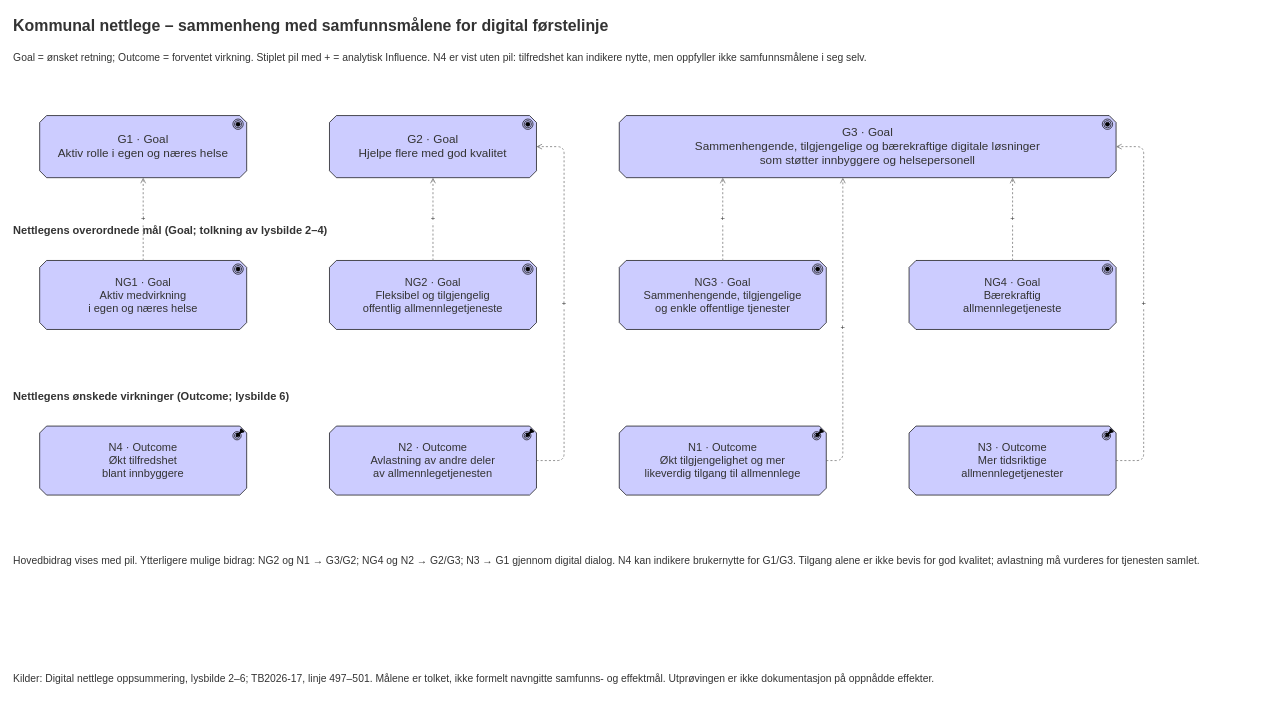
This is page "Kommunal-nettlege" (2 of 6) of docs/interessent/malbilde-analyse.drawio from hdir/Digital-Forstelinje, a draw.io file, before an edit. Source tidied: cells renumbered, new cells numbered last; positions are measured from the earlier drawing's top-left corner, leaving out a move shared by most shapes. Both pictures are drawn from the tidied source at 69%, with x=0, y=0 at pixel (12, 12).
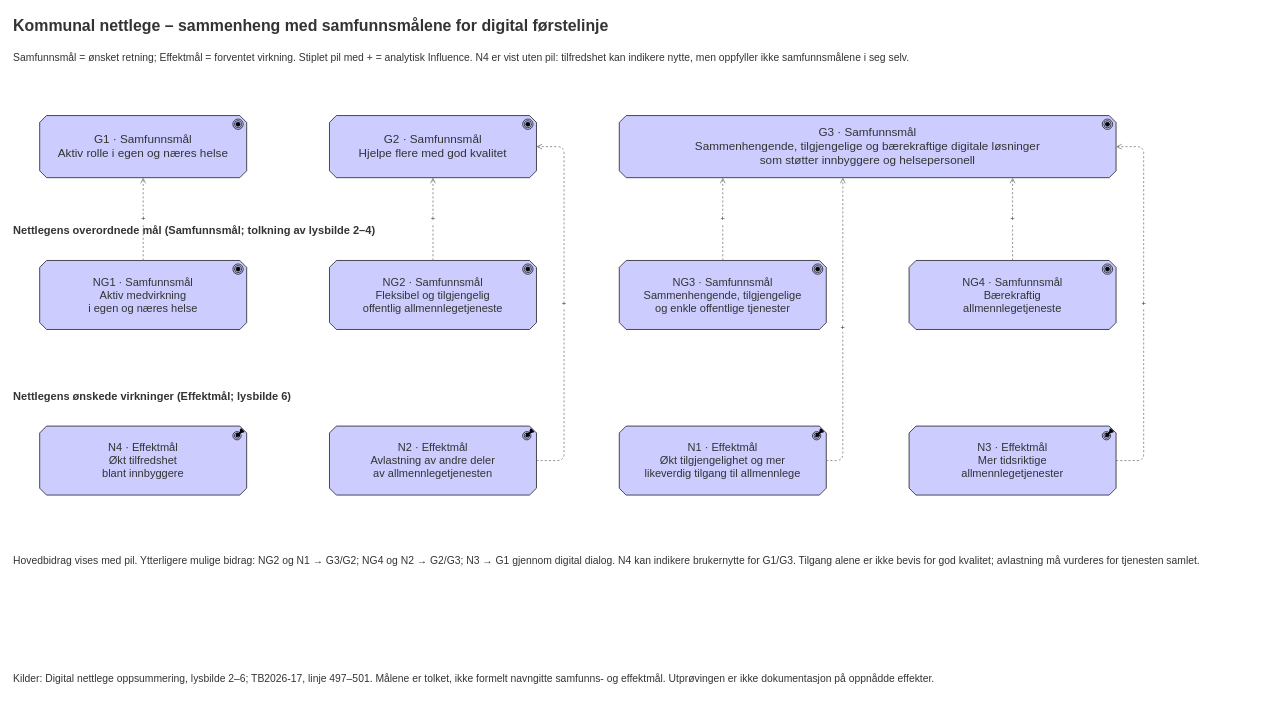
The same page after the edit.

Diff of the diagram source:
```diff
@@
-    <mxCell id="3" value="Goal = ønsket retning; Outcome = forventet virkning. Stiplet pil med + = analytisk Influence. N4 er vist uten pil: tilfredshet kan indikere nytte, men oppfyller ikke samfunnsmålene i seg selv." style="text;html=1;whiteSpace=wrap;align=left;fontSize=15;fontColor=#333333;" parent="1" vertex="1">
+    <mxCell id="3" value="Samfunnsmål = ønsket retning; Effektmål = forventet virkning. Stiplet pil med + = analytisk Influence. N4 er vist uten pil: tilfredshet kan indikere nytte, men oppfyller ikke samfunnsmålene i seg selv." style="text;html=1;whiteSpace=wrap;align=left;fontSize=15;fontColor=#333333;" parent="1" vertex="1">
       <mxGeometry y="50" width="1800" height="70" as="geometry" />
     </mxCell>
-    <mxCell id="4" value="G1 · Goal&lt;br&gt;Aktiv rolle i egen og næres helse" style="html=1;whiteSpace=wrap;shape=mxgraph.archimate3.application;appType=goal;archiType=oct;fillColor=#CCCCFF;fontColor=#333333;fontSize=17;" parent="1" vertex="1">
+    <mxCell id="4" value="G1 · Samfunnsmål&lt;br&gt;Aktiv rolle i egen og næres helse" style="html=1;whiteSpace=wrap;shape=mxgraph.archimate3.application;appType=goal;archiType=oct;fillColor=#CCCCFF;fontColor=#333333;fontSize=17;" parent="1" vertex="1">
       <mxGeometry x="40" y="150" width="300" height="90" as="geometry" />
     </mxCell>
-    <mxCell id="5" value="G2 · Goal&lt;br&gt;Hjelpe flere med god kvalitet" style="html=1;whiteSpace=wrap;shape=mxgraph.archimate3.application;appType=goal;archiType=oct;fillColor=#CCCCFF;fontColor=#333333;fontSize=17;" parent="1" vertex="1">
+    <mxCell id="5" value="G2 · Samfunnsmål&lt;br&gt;Hjelpe flere med god kvalitet" style="html=1;whiteSpace=wrap;shape=mxgraph.archimate3.application;appType=goal;archiType=oct;fillColor=#CCCCFF;fontColor=#333333;fontSize=17;" parent="1" vertex="1">
       <mxGeometry x="460" y="150" width="300" height="90" as="geometry" />
     </mxCell>
-    <mxCell id="6" value="G3 · Goal&lt;br&gt;Sammenhengende, tilgjengelige og bærekraftige digitale løsninger&lt;br&gt;som støtter innbyggere og helsepersonell" style="html=1;whiteSpace=wrap;shape=mxgraph.archimate3.application;appType=goal;archiType=oct;fillColor=#CCCCFF;fontColor=#333333;fontSize=17;" parent="1" vertex="1">
+    <mxCell id="6" value="G3 · Samfunnsmål&lt;br&gt;Sammenhengende, tilgjengelige og bærekraftige digitale løsninger&lt;br&gt;som støtter innbyggere og helsepersonell" style="html=1;whiteSpace=wrap;shape=mxgraph.archimate3.application;appType=goal;archiType=oct;fillColor=#CCCCFF;fontColor=#333333;fontSize=17;" parent="1" vertex="1">
       <mxGeometry x="880" y="150" width="720" height="90" as="geometry" />
     </mxCell>
-    <mxCell id="7" value="Nettlegens overordnede mål (Goal; tolkning av lysbilde 2–4)" style="text;html=1;align=left;fontSize=16;fontStyle=1;fontColor=#333333;" parent="1" vertex="1">
+    <mxCell id="7" value="Nettlegens overordnede mål (Samfunnsmål; tolkning av lysbilde 2–4)" style="text;html=1;align=left;fontSize=16;fontStyle=1;fontColor=#333333;" parent="1" vertex="1">
       <mxGeometry y="300" width="1700" height="35" as="geometry" />
     </mxCell>
-    <mxCell id="8" value="NG1 · Goal&lt;br&gt;Aktiv medvirkning&lt;br&gt;i egen og næres helse" style="html=1;whiteSpace=wrap;shape=mxgraph.archimate3.application;appType=goal;archiType=oct;fillColor=#CCCCFF;fontColor=#333333;fontSize=16;" parent="1" vertex="1">
+    <mxCell id="8" value="NG1 · Samfunnsmål&lt;br&gt;Aktiv medvirkning&lt;br&gt;i egen og næres helse" style="html=1;whiteSpace=wrap;shape=mxgraph.archimate3.application;appType=goal;archiType=oct;fillColor=#CCCCFF;fontColor=#333333;fontSize=16;" parent="1" vertex="1">
       <mxGeometry x="40" y="360" width="300" height="100" as="geometry" />
     </mxCell>
-    <mxCell id="9" value="NG2 · Goal&lt;br&gt;Fleksibel og tilgjengelig&lt;br&gt;offentlig allmennlegetjeneste" style="html=1;whiteSpace=wrap;shape=mxgraph.archimate3.application;appType=goal;archiType=oct;fillColor=#CCCCFF;fontColor=#333333;fontSize=16;" parent="1" vertex="1">
+    <mxCell id="9" value="NG2 · Samfunnsmål&lt;br&gt;Fleksibel og tilgjengelig&lt;br&gt;offentlig allmennlegetjeneste" style="html=1;whiteSpace=wrap;shape=mxgraph.archimate3.application;appType=goal;archiType=oct;fillColor=#CCCCFF;fontColor=#333333;fontSize=16;" parent="1" vertex="1">
       <mxGeometry x="460" y="360" width="300" height="100" as="geometry" />
     </mxCell>
-    <mxCell id="10" value="NG3 · Goal&lt;br&gt;Sammenhengende, tilgjengelige&lt;br&gt;og enkle offentlige tjenester" style="html=1;whiteSpace=wrap;shape=mxgraph.archimate3.application;appType=goal;archiType=oct;fillColor=#CCCCFF;fontColor=#333333;fontSize=16;" parent="1" vertex="1">
+    <mxCell id="10" value="NG3 · Samfunnsmål&lt;br&gt;Sammenhengende, tilgjengelige&lt;br&gt;og enkle offentlige tjenester" style="html=1;whiteSpace=wrap;shape=mxgraph.archimate3.application;appType=goal;archiType=oct;fillColor=#CCCCFF;fontColor=#333333;fontSize=16;" parent="1" vertex="1">
       <mxGeometry x="880" y="360" width="300" height="100" as="geometry" />
     </mxCell>
-    <mxCell id="11" value="NG4 · Goal&lt;br&gt;Bærekraftig&lt;br&gt;allmennlegetjeneste" style="html=1;whiteSpace=wrap;shape=mxgraph.archimate3.application;appType=goal;archiType=oct;fillColor=#CCCCFF;fontColor=#333333;fontSize=16;" parent="1" vertex="1">
+    <mxCell id="11" value="NG4 · Samfunnsmål&lt;br&gt;Bærekraftig&lt;br&gt;allmennlegetjeneste" style="html=1;whiteSpace=wrap;shape=mxgraph.archimate3.application;appType=goal;archiType=oct;fillColor=#CCCCFF;fontColor=#333333;fontSize=16;" parent="1" vertex="1">
       <mxGeometry x="1300" y="360" width="300" height="100" as="geometry" />
     </mxCell>
-    <mxCell id="12" value="Nettlegens ønskede virkninger (Outcome; lysbilde 6)" style="text;html=1;align=left;fontSize=16;fontStyle=1;fontColor=#333333;" parent="1" vertex="1">
+    <mxCell id="12" value="Nettlegens ønskede virkninger (Effektmål; lysbilde 6)" style="text;html=1;align=left;fontSize=16;fontStyle=1;fontColor=#333333;" parent="1" vertex="1">
       <mxGeometry y="540" width="1700" height="35" as="geometry" />
     </mxCell>
-    <mxCell id="13" value="N4 · Outcome&lt;br&gt;Økt tilfredshet&lt;br&gt;blant innbyggere" style="html=1;whiteSpace=wrap;shape=mxgraph.archimate3.application;appType=outcome;archiType=oct;fillColor=#CCCCFF;fontColor=#333333;fontSize=16;" parent="1" vertex="1">
+    <mxCell id="13" value="N4 · Effektmål&lt;br&gt;Økt tilfredshet&lt;br&gt;blant innbyggere" style="html=1;whiteSpace=wrap;shape=mxgraph.archimate3.application;appType=outcome;archiType=oct;fillColor=#CCCCFF;fontColor=#333333;fontSize=16;" parent="1" vertex="1">
       <mxGeometry x="40" y="600" width="300" height="100" as="geometry" />
     </mxCell>
-    <mxCell id="14" value="N2 · Outcome&lt;br&gt;Avlastning av andre deler&lt;br&gt;av allmennlegetjenesten" style="html=1;whiteSpace=wrap;shape=mxgraph.archimate3.application;appType=outcome;archiType=oct;fillColor=#CCCCFF;fontColor=#333333;fontSize=16;" parent="1" vertex="1">
+    <mxCell id="14" value="N2 · Effektmål&lt;br&gt;Avlastning av andre deler&lt;br&gt;av allmennlegetjenesten" style="html=1;whiteSpace=wrap;shape=mxgraph.archimate3.application;appType=outcome;archiType=oct;fillColor=#CCCCFF;fontColor=#333333;fontSize=16;" parent="1" vertex="1">
       <mxGeometry x="460" y="600" width="300" height="100" as="geometry" />
     </mxCell>
-    <mxCell id="15" value="N1 · Outcome&lt;br&gt;Økt tilgjengelighet og mer&lt;br&gt;likeverdig tilgang til allmennlege" style="html=1;whiteSpace=wrap;shape=mxgraph.archimate3.application;appType=outcome;archiType=oct;fillColor=#CCCCFF;fontColor=#333333;fontSize=16;" parent="1" vertex="1">
+    <mxCell id="15" value="N1 · Effektmål&lt;br&gt;Økt tilgjengelighet og mer&lt;br&gt;likeverdig tilgang til allmennlege" style="html=1;whiteSpace=wrap;shape=mxgraph.archimate3.application;appType=outcome;archiType=oct;fillColor=#CCCCFF;fontColor=#333333;fontSize=16;" parent="1" vertex="1">
       <mxGeometry x="880" y="600" width="300" height="100" as="geometry" />
     </mxCell>
-    <mxCell id="16" value="N3 · Outcome&lt;br&gt;Mer tidsriktige&lt;br&gt;allmennlegetjenester" style="html=1;whiteSpace=wrap;shape=mxgraph.archimate3.application;appType=outcome;archiType=oct;fillColor=#CCCCFF;fontColor=#333333;fontSize=16;" parent="1" vertex="1">
+    <mxCell id="16" value="N3 · Effektmål&lt;br&gt;Mer tidsriktige&lt;br&gt;allmennlegetjenester" style="html=1;whiteSpace=wrap;shape=mxgraph.archimate3.application;appType=outcome;archiType=oct;fillColor=#CCCCFF;fontColor=#333333;fontSize=16;" parent="1" vertex="1">
       <mxGeometry x="1300" y="600" width="300" height="100" as="geometry" />
     </mxCell>
```
